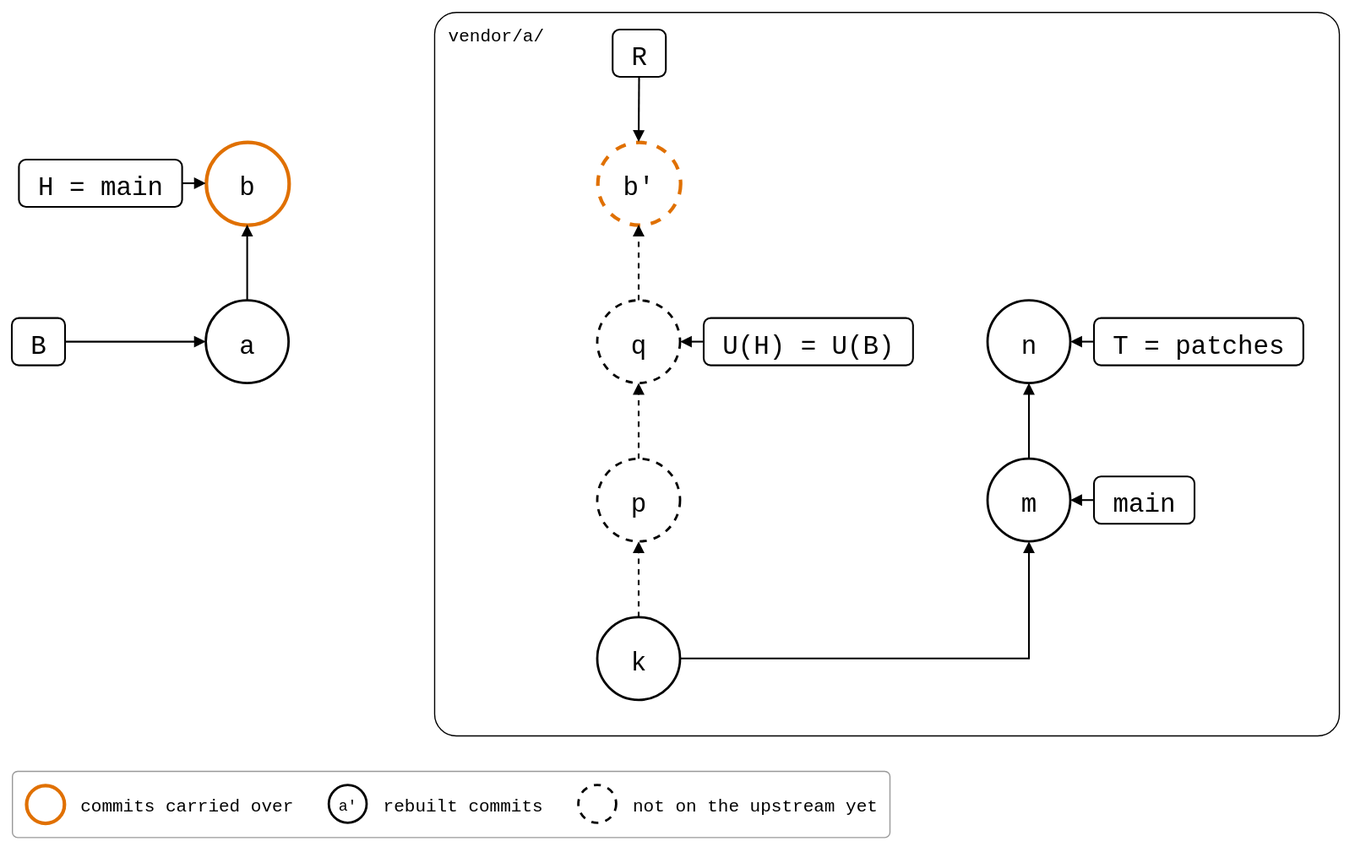
The draw.io diagram docs/09-scenarios/06-rewritten-history/04-patch-branch-rebased/01-unpushed-local-commit/unpushed-local-commit.drawio.svg in roschaefer/git-splice, before a commit. Source tidied: cells renumbered, new cells last; positions are measured from the earlier drawing's top-left corner, leaving out a move shared by most shapes. The source it was exported from:
```xml
<mxGraphModel background="#ffffff">
  <root>
    <mxCell id="0" />
    <mxCell id="1" parent="0" />
    <mxCell id="2" value="vendor/a/" style="rounded=1;arcSize=3;fillColor=none;strokeWidth=1;fontSize=15;verticalAlign=top;align=left;spacingLeft=10;spacingTop=4;fontFamily=Roboto Mono,monospace;" parent="1" vertex="1">
      <mxGeometry x="357" width="765" height="612" as="geometry" />
    </mxCell>
    <mxCell id="3" value="k" style="ellipse;strokeWidth=2;fontSize=22;fontFamily=Roboto Mono,monospace;" parent="1" vertex="1">
      <mxGeometry x="495" y="512" width="70" height="70" as="geometry" />
    </mxCell>
    <mxCell id="4" value="p" style="ellipse;strokeWidth=2;fontSize=22;fontFamily=Roboto Mono,monospace;dashed=1;" parent="1" vertex="1">
      <mxGeometry x="495" y="378" width="70" height="70" as="geometry" />
    </mxCell>
    <mxCell id="5" value="q" style="ellipse;strokeWidth=2;fontSize=22;fontFamily=Roboto Mono,monospace;dashed=1;" parent="1" vertex="1">
      <mxGeometry x="495" y="244" width="70" height="70" as="geometry" />
    </mxCell>
    <mxCell id="6" value="m" style="ellipse;strokeWidth=2;fontSize=22;fontFamily=Roboto Mono,monospace;" parent="1" vertex="1">
      <mxGeometry x="825" y="378" width="70" height="70" as="geometry" />
    </mxCell>
    <mxCell id="7" value="n" style="ellipse;strokeWidth=2;fontSize=22;fontFamily=Roboto Mono,monospace;" parent="1" vertex="1">
      <mxGeometry x="825" y="244" width="70" height="70" as="geometry" />
    </mxCell>
    <mxCell id="8" value="a" style="ellipse;strokeWidth=2;fontSize=22;fontFamily=Roboto Mono,monospace;" parent="1" vertex="1">
      <mxGeometry x="164" y="244" width="70" height="70" as="geometry" />
    </mxCell>
    <mxCell id="9" value="b" style="ellipse;fontSize=22;fontFamily=Roboto Mono,monospace;strokeColor=#E07000;strokeWidth=3;" parent="1" vertex="1">
      <mxGeometry x="164" y="110" width="70" height="70" as="geometry" />
    </mxCell>
    <mxCell id="10" value="b'" style="ellipse;fontSize=22;fontFamily=Roboto Mono,monospace;dashed=1;strokeColor=#E07000;strokeWidth=3;" parent="1" vertex="1">
      <mxGeometry x="495" y="110" width="70" height="70" as="geometry" />
    </mxCell>
    <mxCell id="11" value="H = main" style="rounded=1;strokeWidth=1.5;fontSize=22;fontFamily=Roboto Mono,monospace;" parent="1" vertex="1">
      <mxGeometry x="6" y="125" width="138" height="40" as="geometry" />
    </mxCell>
    <mxCell id="12" value="B" style="rounded=1;strokeWidth=1.5;fontSize=22;fontFamily=Roboto Mono,monospace;" parent="1" vertex="1">
      <mxGeometry y="259" width="45" height="40" as="geometry" />
    </mxCell>
    <mxCell id="13" value="R" style="rounded=1;strokeWidth=1.5;fontSize=22;fontFamily=Roboto Mono,monospace;" parent="1" vertex="1">
      <mxGeometry x="508" y="15" width="45" height="40" as="geometry" />
    </mxCell>
    <mxCell id="14" value="U(H) = U(B)" style="rounded=1;strokeWidth=1.5;fontSize=22;fontFamily=Roboto Mono,monospace;" parent="1" vertex="1">
      <mxGeometry x="585" y="259" width="177" height="40" as="geometry" />
    </mxCell>
    <mxCell id="15" value="main" style="rounded=1;strokeWidth=1.5;fontSize=22;fontFamily=Roboto Mono,monospace;" parent="1" vertex="1">
      <mxGeometry x="915" y="393" width="85" height="40" as="geometry" />
    </mxCell>
    <mxCell id="16" value="T = patches" style="rounded=1;strokeWidth=1.5;fontSize=22;fontFamily=Roboto Mono,monospace;" parent="1" vertex="1">
      <mxGeometry x="915" y="259" width="177" height="40" as="geometry" />
    </mxCell>
    <mxCell id="17" style="endArrow=block;endFill=1;html=1;strokeWidth=1.5;rounded=0;dashed=1;" parent="1" edge="1" source="3" target="4">
      <mxGeometry relative="1" as="geometry" />
    </mxCell>
    <mxCell id="18" style="endArrow=block;endFill=1;html=1;strokeWidth=1.5;rounded=0;dashed=1;" parent="1" edge="1" source="4" target="5">
      <mxGeometry relative="1" as="geometry" />
    </mxCell>
    <mxCell id="19" style="edgeStyle=orthogonalEdgeStyle;exitX=1;exitY=0.5;entryX=0.5;entryY=1;endArrow=block;endFill=1;html=1;strokeWidth=1.5;rounded=0;" parent="1" edge="1" source="3" target="6">
      <mxGeometry relative="1" as="geometry" />
    </mxCell>
    <mxCell id="20" style="endArrow=block;endFill=1;html=1;strokeWidth=1.5;rounded=0;" parent="1" edge="1" source="6" target="7">
      <mxGeometry relative="1" as="geometry" />
    </mxCell>
    <mxCell id="21" style="endArrow=block;endFill=1;html=1;strokeWidth=1.5;rounded=0;" parent="1" edge="1" source="8" target="9">
      <mxGeometry relative="1" as="geometry" />
    </mxCell>
    <mxCell id="22" style="endArrow=block;endFill=1;html=1;strokeWidth=1.5;rounded=0;dashed=1;" parent="1" edge="1" source="5" target="10">
      <mxGeometry relative="1" as="geometry" />
    </mxCell>
    <mxCell id="23" style="endArrow=block;endFill=1;html=1;strokeWidth=1.5;rounded=0;" parent="1" edge="1" source="11" target="9">
      <mxGeometry relative="1" as="geometry" />
    </mxCell>
    <mxCell id="24" style="endArrow=block;endFill=1;html=1;strokeWidth=1.5;rounded=0;" parent="1" edge="1" source="12" target="8">
      <mxGeometry relative="1" as="geometry" />
    </mxCell>
    <mxCell id="25" style="endArrow=block;endFill=1;html=1;strokeWidth=1.5;rounded=0;" parent="1" edge="1" source="13" target="10">
      <mxGeometry relative="1" as="geometry" />
    </mxCell>
    <mxCell id="26" style="endArrow=block;endFill=1;html=1;strokeWidth=1.5;rounded=0;" parent="1" edge="1" source="14" target="5">
      <mxGeometry relative="1" as="geometry" />
    </mxCell>
    <mxCell id="27" style="endArrow=block;endFill=1;html=1;strokeWidth=1.5;rounded=0;" parent="1" edge="1" source="15" target="6">
      <mxGeometry relative="1" as="geometry" />
    </mxCell>
    <mxCell id="28" style="endArrow=block;endFill=1;html=1;strokeWidth=1.5;rounded=0;" parent="1" edge="1" source="16" target="7">
      <mxGeometry relative="1" as="geometry" />
    </mxCell>
    <mxCell id="29" style="rounded=1;arcSize=8;fillColor=none;strokeColor=#999999;strokeWidth=1;legend=1;" parent="1" vertex="1">
      <mxGeometry y="642" width="742" height="56" as="geometry" />
    </mxCell>
    <mxCell id="30" style="ellipse;fontSize=13;fontFamily=Roboto Mono,monospace;strokeColor=#E07000;strokeWidth=3;" parent="29" vertex="1">
      <mxGeometry x="12" y="12" width="32" height="32" as="geometry" />
    </mxCell>
    <mxCell id="31" value="commits carried over" style="text;align=left;verticalAlign=middle;fontSize=15;fontFamily=Roboto Mono,monospace;" parent="29" vertex="1">
      <mxGeometry x="56" y="12" width="180" height="32" as="geometry" />
    </mxCell>
    <mxCell id="32" value="a'" style="ellipse;fontSize=13;fontFamily=Roboto Mono,monospace;strokeWidth=2;" parent="29" vertex="1">
      <mxGeometry x="268" y="12" width="32" height="32" as="geometry" />
    </mxCell>
    <mxCell id="33" value="rebuilt commits" style="text;align=left;verticalAlign=middle;fontSize=15;fontFamily=Roboto Mono,monospace;" parent="29" vertex="1">
      <mxGeometry x="312" y="12" width="135" height="32" as="geometry" />
    </mxCell>
    <mxCell id="34" style="ellipse;fontSize=13;fontFamily=Roboto Mono,monospace;strokeWidth=2;dashed=1;" parent="29" vertex="1">
      <mxGeometry x="479" y="12" width="32" height="32" as="geometry" />
    </mxCell>
    <mxCell id="35" value="not on the upstream yet" style="text;align=left;verticalAlign=middle;fontSize=15;fontFamily=Roboto Mono,monospace;" parent="29" vertex="1">
      <mxGeometry x="523" y="12" width="207" height="32" as="geometry" />
    </mxCell>
  </root>
</mxGraphModel>
```
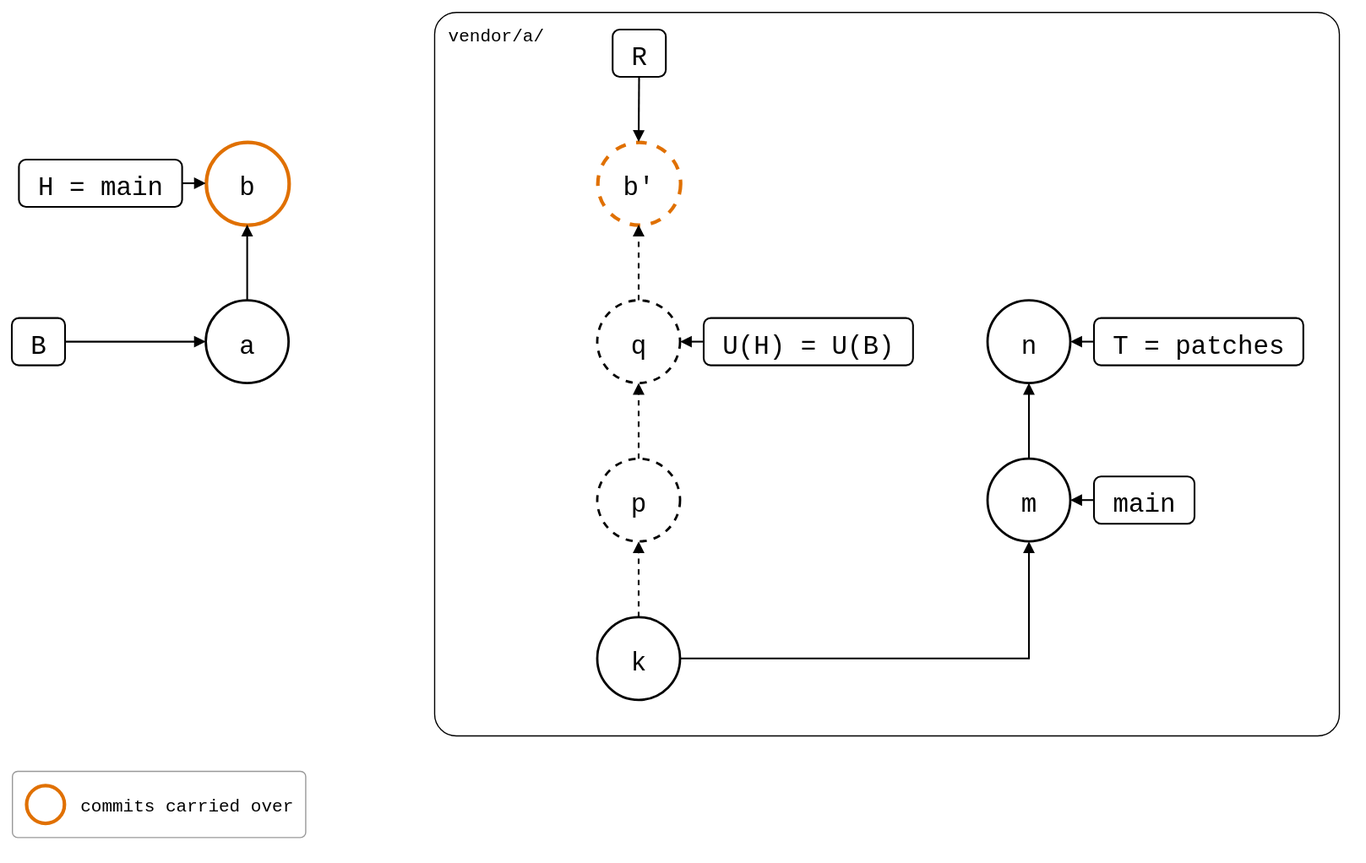
Later version of the same file.

Change to the diagram source:
```diff
@@ -84,7 +84,7 @@
       <mxGeometry relative="1" as="geometry" />
     </mxCell>
     <mxCell id="29" style="rounded=1;arcSize=8;fillColor=none;strokeColor=#999999;strokeWidth=1;legend=1;" parent="1" vertex="1">
-      <mxGeometry y="642" width="742" height="56" as="geometry" />
+      <mxGeometry y="642" width="248" height="56" as="geometry" />
     </mxCell>
     <mxCell id="30" style="ellipse;fontSize=13;fontFamily=Roboto Mono,monospace;strokeColor=#E07000;strokeWidth=3;" parent="29" vertex="1">
       <mxGeometry x="12" y="12" width="32" height="32" as="geometry" />
@@ -92,17 +92,5 @@
     <mxCell id="31" value="commits carried over" style="text;align=left;verticalAlign=middle;fontSize=15;fontFamily=Roboto Mono,monospace;" parent="29" vertex="1">
       <mxGeometry x="56" y="12" width="180" height="32" as="geometry" />
     </mxCell>
-    <mxCell id="32" value="a'" style="ellipse;fontSize=13;fontFamily=Roboto Mono,monospace;strokeWidth=2;" parent="29" vertex="1">
-      <mxGeometry x="268" y="12" width="32" height="32" as="geometry" />
-    </mxCell>
-    <mxCell id="33" value="rebuilt commits" style="text;align=left;verticalAlign=middle;fontSize=15;fontFamily=Roboto Mono,monospace;" parent="29" vertex="1">
-      <mxGeometry x="312" y="12" width="135" height="32" as="geometry" />
-    </mxCell>
-    <mxCell id="34" style="ellipse;fontSize=13;fontFamily=Roboto Mono,monospace;strokeWidth=2;dashed=1;" parent="29" vertex="1">
-      <mxGeometry x="479" y="12" width="32" height="32" as="geometry" />
-    </mxCell>
-    <mxCell id="35" value="not on the upstream yet" style="text;align=left;verticalAlign=middle;fontSize=15;fontFamily=Roboto Mono,monospace;" parent="29" vertex="1">
-      <mxGeometry x="523" y="12" width="207" height="32" as="geometry" />
-    </mxCell>
   </root>
 </mxGraphModel>
```
